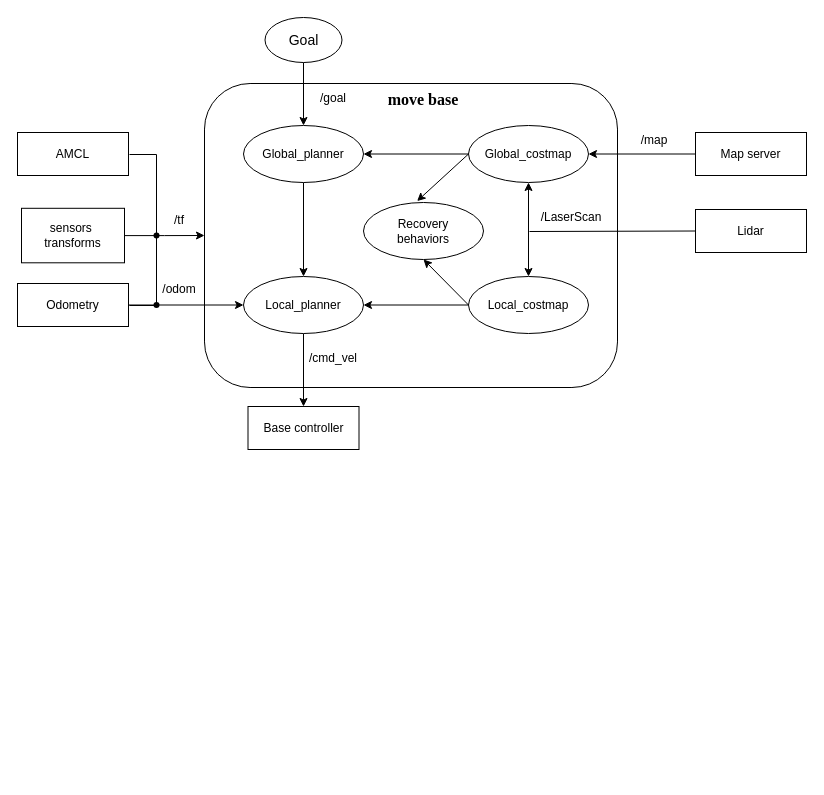
hyZme/ForIMU keeps this draw.io diagram as Biểu đồ không có tiêu đề.drawio. Above is the earlier version. Source tidied: cells renumbered, new cells numbered last; positions are measured from the earlier drawing's top-left corner, leaving out a move shared by most shapes. Both pictures are drawn from the tidied source at 100%, with x=0, y=0 at pixel (17, 17).
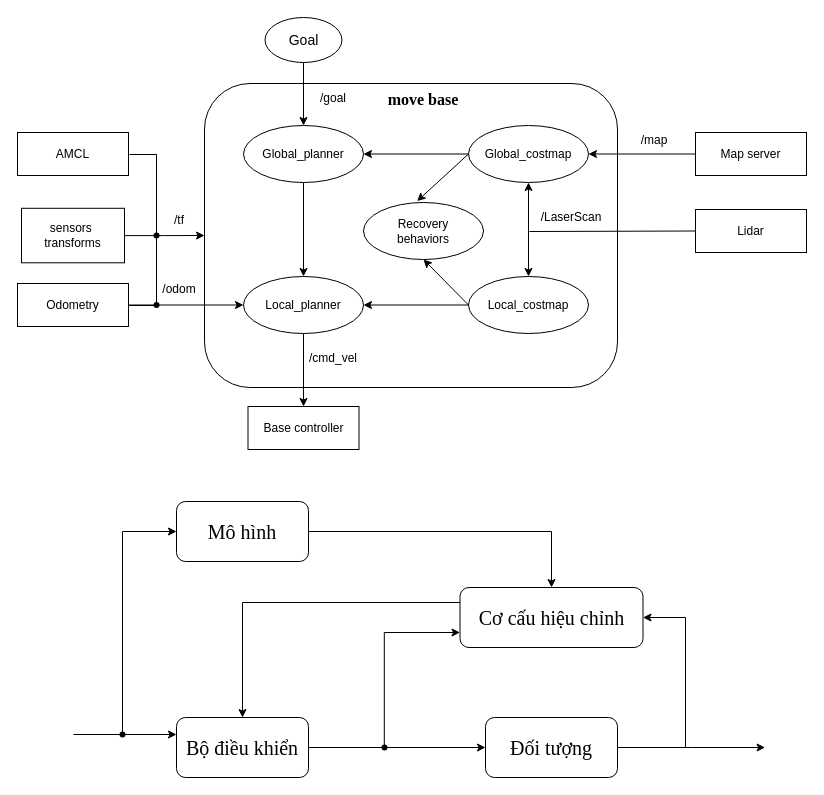
The same page after the edit.

The edit, as a diff of the source:
```diff
@@
+    <mxCell id="37" style="edgeStyle=orthogonalEdgeStyle;rounded=0;jettySize=auto;html=1;entryX=0;entryY=0.5;entryDx=0;entryDy=0;" parent="1" edge="1" source="39" target="42">
+      <mxGeometry relative="1" as="geometry" />
+    </mxCell>
+    <mxCell id="38" style="edgeStyle=orthogonalEdgeStyle;rounded=0;jettySize=auto;html=1;entryX=0;entryY=0.75;entryDx=0;entryDy=0;" parent="1" edge="1" source="39" target="44">
+      <mxGeometry relative="1" as="geometry" />
+    </mxCell>
+    <mxCell id="39" value="&lt;font style=&quot;font-size: 20px;&quot; face=&quot;Times New Roman&quot;&gt;Bộ điều khiển&lt;/font&gt;" style="rounded=1;whiteSpace=wrap;html=1;" parent="1" vertex="1">
+      <mxGeometry x="159" y="700" width="132" height="60" as="geometry" />
+    </mxCell>
+    <mxCell id="40" style="edgeStyle=orthogonalEdgeStyle;rounded=0;jettySize=auto;html=1;" parent="1" edge="1" source="42">
+      <mxGeometry relative="1" as="geometry">
+        <mxPoint x="747.6" y="730" as="targetPoint" />
+      </mxGeometry>
+    </mxCell>
+    <mxCell id="41" style="edgeStyle=orthogonalEdgeStyle;rounded=0;jettySize=auto;html=1;exitX=1;exitY=0.5;exitDx=0;exitDy=0;entryX=1;entryY=0.5;entryDx=0;entryDy=0;" parent="1" edge="1" source="42" target="44">
+      <mxGeometry relative="1" as="geometry">
+        <Array as="points">
+          <mxPoint x="668" y="730" />
+          <mxPoint x="668" y="600" />
+        </Array>
+      </mxGeometry>
+    </mxCell>
+    <mxCell id="42" value="&lt;font face=&quot;Times New Roman&quot;&gt;&lt;span style=&quot;font-size: 20px;&quot;&gt;Đối tượng&lt;/span&gt;&lt;/font&gt;" style="rounded=1;whiteSpace=wrap;html=1;" parent="1" vertex="1">
+      <mxGeometry x="468" y="700" width="132" height="60" as="geometry" />
+    </mxCell>
+    <mxCell id="43" style="edgeStyle=orthogonalEdgeStyle;rounded=0;jettySize=auto;html=1;exitX=0;exitY=0.25;exitDx=0;exitDy=0;entryX=0.5;entryY=0;entryDx=0;entryDy=0;" parent="1" edge="1" source="44" target="39">
+      <mxGeometry relative="1" as="geometry" />
+    </mxCell>
+    <mxCell id="44" value="&lt;font face=&quot;Times New Roman&quot;&gt;&lt;span style=&quot;font-size: 20px;&quot;&gt;Cơ cấu hiệu chỉnh&lt;/span&gt;&lt;/font&gt;" style="rounded=1;whiteSpace=wrap;html=1;" parent="1" vertex="1">
+      <mxGeometry x="442.5" y="570" width="183" height="60" as="geometry" />
+    </mxCell>
+    <mxCell id="45" style="edgeStyle=orthogonalEdgeStyle;rounded=0;jettySize=auto;html=1;entryX=0.5;entryY=0;entryDx=0;entryDy=0;" parent="1" edge="1" source="46" target="44">
+      <mxGeometry relative="1" as="geometry" />
+    </mxCell>
+    <mxCell id="46" value="&lt;font face=&quot;Times New Roman&quot;&gt;&lt;span style=&quot;font-size: 20px;&quot;&gt;Mô hình&lt;/span&gt;&lt;/font&gt;" style="rounded=1;whiteSpace=wrap;html=1;" parent="1" vertex="1">
+      <mxGeometry x="159" y="484" width="132" height="60" as="geometry" />
+    </mxCell>
+    <mxCell id="47" style="endArrow=classic;html=1;rounded=0;entryX=0;entryY=0.5;entryDx=0;entryDy=0;" parent="1" edge="1">
+      <mxGeometry relative="1" as="geometry">
+        <mxPoint x="56" y="717" as="sourcePoint" />
+        <mxPoint x="159" y="717" as="targetPoint" />
+      </mxGeometry>
+    </mxCell>
+    <mxCell id="48" style="endArrow=classic;html=1;rounded=0;entryX=0;entryY=0.5;entryDx=0;entryDy=0;" parent="1" edge="1" target="46">
+      <mxGeometry relative="1" as="geometry">
+        <mxPoint x="105" y="717" as="sourcePoint" />
+        <Array as="points">
+          <mxPoint x="105" y="514" />
+        </Array>
+      </mxGeometry>
+    </mxCell>
+    <mxCell id="49" style="shape=waypoint;sketch=0;fillStyle=solid;size=6;fillColor=none;perimeter=centerPerimeter;" parent="1" vertex="1">
+      <mxGeometry x="357" y="720" width="20" height="20" as="geometry" />
+    </mxCell>
+    <mxCell id="50" style="shape=waypoint;sketch=0;fillStyle=solid;size=6;fillColor=none;perimeter=centerPerimeter;" parent="1" vertex="1">
+      <mxGeometry x="95" y="707" width="20" height="20" as="geometry" />
+    </mxCell>
```
